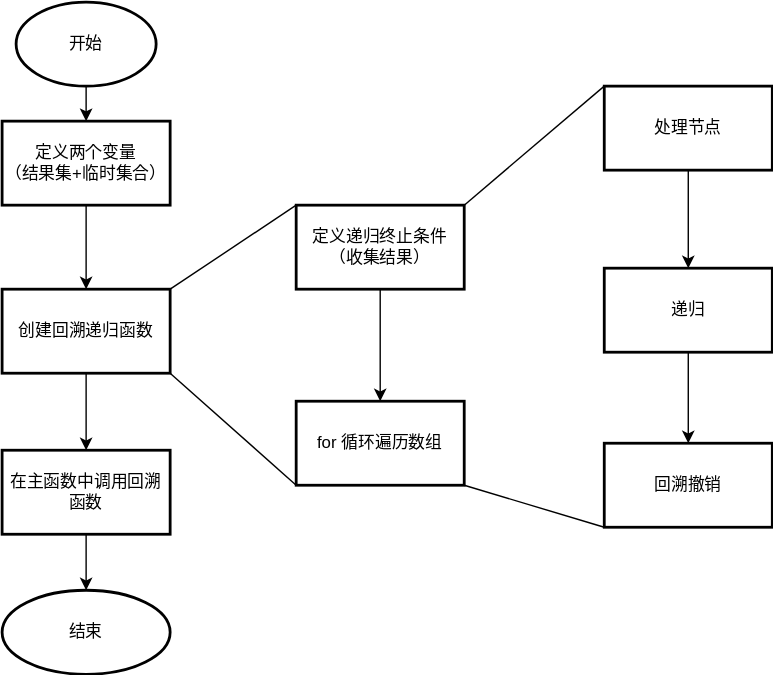
Above: drawio/回溯算法.drawio.svg in cc01cc/zeorep (draw.io), before the change. Source tidied: cells renumbered, new cells last; positions are measured from the earlier drawing's top-left corner, leaving out a move shared by most shapes. Its diagram source:
```xml
<mxGraphModel>
  <root>
    <mxCell id="0" />
    <mxCell id="1" parent="0" />
    <mxCell id="2" style="edgeStyle=orthogonalEdgeStyle;rounded=0;jettySize=auto;html=1;exitX=0.5;exitY=1;exitDx=0;exitDy=0;exitPerimeter=0;" parent="1" edge="1" source="22" target="4">
      <mxGeometry relative="1" as="geometry" />
    </mxCell>
    <mxCell id="3" style="edgeStyle=orthogonalEdgeStyle;rounded=0;jettySize=auto;html=1;" parent="1" edge="1" source="4" target="8">
      <mxGeometry relative="1" as="geometry" />
    </mxCell>
    <mxCell id="4" value="定义两个变量&lt;br&gt;（结果集+临时集合）" style="whiteSpace=wrap;html=1;strokeWidth=2;" parent="1" vertex="1">
      <mxGeometry y="85" width="120" height="60" as="geometry" />
    </mxCell>
    <mxCell id="5" style="rounded=0;jettySize=auto;html=1;exitX=1;exitY=0;exitDx=0;exitDy=0;entryX=0;entryY=0;entryDx=0;entryDy=0;endArrow=none;endFill=0;" parent="1" edge="1" source="8" target="11">
      <mxGeometry relative="1" as="geometry" />
    </mxCell>
    <mxCell id="6" style="edgeStyle=none;rounded=0;jettySize=auto;html=1;exitX=1;exitY=1;exitDx=0;exitDy=0;entryX=0;entryY=1;entryDx=0;entryDy=0;endArrow=none;endFill=0;" parent="1" edge="1" source="8" target="13">
      <mxGeometry relative="1" as="geometry" />
    </mxCell>
    <mxCell id="7" style="edgeStyle=none;rounded=0;jettySize=auto;html=1;endArrow=classic;endFill=1;" parent="1" edge="1" source="8" target="20">
      <mxGeometry relative="1" as="geometry" />
    </mxCell>
    <mxCell id="8" value="创建回溯递归函数" style="whiteSpace=wrap;html=1;strokeWidth=2;" parent="1" vertex="1">
      <mxGeometry y="205" width="120" height="60" as="geometry" />
    </mxCell>
    <mxCell id="9" style="edgeStyle=orthogonalEdgeStyle;rounded=0;jettySize=auto;html=1;" parent="1" edge="1" source="11" target="13">
      <mxGeometry relative="1" as="geometry" />
    </mxCell>
    <mxCell id="10" style="edgeStyle=none;rounded=0;jettySize=auto;html=1;exitX=1;exitY=0;exitDx=0;exitDy=0;entryX=0;entryY=0;entryDx=0;entryDy=0;endArrow=none;endFill=0;" parent="1" edge="1" source="11" target="15">
      <mxGeometry relative="1" as="geometry" />
    </mxCell>
    <mxCell id="11" value="定义递归终止条件&lt;br&gt;（收集结果）" style="whiteSpace=wrap;html=1;strokeWidth=2;" parent="1" vertex="1">
      <mxGeometry x="210" y="145" width="120" height="60" as="geometry" />
    </mxCell>
    <mxCell id="12" style="edgeStyle=none;rounded=0;jettySize=auto;html=1;exitX=1;exitY=1;exitDx=0;exitDy=0;entryX=0;entryY=1;entryDx=0;entryDy=0;endArrow=none;endFill=0;" parent="1" edge="1" source="13" target="18">
      <mxGeometry relative="1" as="geometry" />
    </mxCell>
    <mxCell id="13" value="for 循环遍历数组" style="whiteSpace=wrap;html=1;strokeWidth=2;" parent="1" vertex="1">
      <mxGeometry x="210" y="285" width="120" height="60" as="geometry" />
    </mxCell>
    <mxCell id="14" style="edgeStyle=none;rounded=0;jettySize=auto;html=1;exitX=0.5;exitY=1;exitDx=0;exitDy=0;endArrow=classic;endFill=1;" parent="1" edge="1" source="15" target="17">
      <mxGeometry relative="1" as="geometry" />
    </mxCell>
    <mxCell id="15" value="处理节点" style="whiteSpace=wrap;html=1;strokeWidth=2;" parent="1" vertex="1">
      <mxGeometry x="430" y="60" width="120" height="60" as="geometry" />
    </mxCell>
    <mxCell id="16" style="edgeStyle=none;rounded=0;jettySize=auto;html=1;endArrow=classic;endFill=1;" parent="1" edge="1" source="17" target="18">
      <mxGeometry relative="1" as="geometry" />
    </mxCell>
    <mxCell id="17" value="递归" style="whiteSpace=wrap;html=1;strokeWidth=2;" parent="1" vertex="1">
      <mxGeometry x="430" y="190" width="120" height="60" as="geometry" />
    </mxCell>
    <mxCell id="18" value="回溯撤销" style="whiteSpace=wrap;html=1;strokeWidth=2;" parent="1" vertex="1">
      <mxGeometry x="430" y="315" width="120" height="60" as="geometry" />
    </mxCell>
    <mxCell id="19" style="edgeStyle=none;rounded=0;jettySize=auto;html=1;endArrow=classic;endFill=1;" parent="1" edge="1" source="20" target="21">
      <mxGeometry relative="1" as="geometry" />
    </mxCell>
    <mxCell id="20" value="在主函数中调用回溯函数" style="whiteSpace=wrap;html=1;strokeWidth=2;" parent="1" vertex="1">
      <mxGeometry y="320" width="120" height="60" as="geometry" />
    </mxCell>
    <mxCell id="21" value="结束" style="ellipse;whiteSpace=wrap;html=1;strokeWidth=2;" parent="1" vertex="1">
      <mxGeometry y="420" width="120" height="60" as="geometry" />
    </mxCell>
    <mxCell id="22" value="开始" style="strokeWidth=2;html=1;shape=mxgraph.flowchart.start_1;whiteSpace=wrap;" parent="1" vertex="1">
      <mxGeometry x="10" width="100" height="60" as="geometry" />
    </mxCell>
  </root>
</mxGraphModel>
```
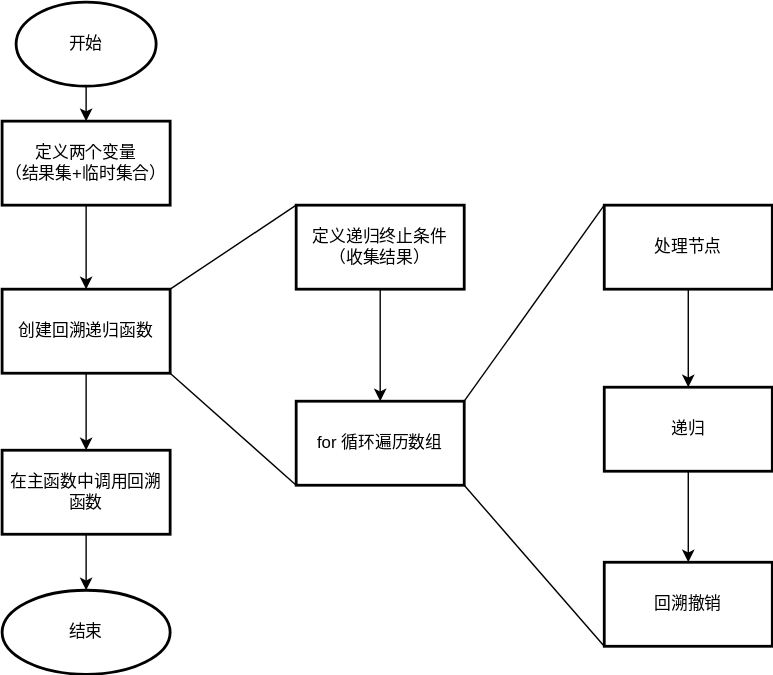
The same diagram one commit later.

Commit message:
更新回溯算法.drawio.svg

The edit, as a diff of the source:
```diff
@@ -26,7 +26,7 @@
     <mxCell id="9" style="edgeStyle=orthogonalEdgeStyle;rounded=0;jettySize=auto;html=1;" parent="1" edge="1" source="11" target="13">
       <mxGeometry relative="1" as="geometry" />
     </mxCell>
-    <mxCell id="10" style="edgeStyle=none;rounded=0;jettySize=auto;html=1;exitX=1;exitY=0;exitDx=0;exitDy=0;entryX=0;entryY=0;entryDx=0;entryDy=0;endArrow=none;endFill=0;" parent="1" edge="1" source="11" target="15">
+    <mxCell id="10" style="edgeStyle=none;rounded=0;jettySize=auto;html=1;entryX=0;entryY=0;entryDx=0;entryDy=0;endArrow=none;endFill=0;exitX=1;exitY=0;exitDx=0;exitDy=0;" parent="1" edge="1" source="13" target="15">
       <mxGeometry relative="1" as="geometry" />
     </mxCell>
     <mxCell id="11" value="定义递归终止条件&lt;br&gt;（收集结果）" style="whiteSpace=wrap;html=1;strokeWidth=2;" parent="1" vertex="1">
@@ -42,16 +42,16 @@
       <mxGeometry relative="1" as="geometry" />
     </mxCell>
     <mxCell id="15" value="处理节点" style="whiteSpace=wrap;html=1;strokeWidth=2;" parent="1" vertex="1">
-      <mxGeometry x="430" y="60" width="120" height="60" as="geometry" />
+      <mxGeometry x="430" y="145" width="120" height="60" as="geometry" />
     </mxCell>
     <mxCell id="16" style="edgeStyle=none;rounded=0;jettySize=auto;html=1;endArrow=classic;endFill=1;" parent="1" edge="1" source="17" target="18">
       <mxGeometry relative="1" as="geometry" />
     </mxCell>
     <mxCell id="17" value="递归" style="whiteSpace=wrap;html=1;strokeWidth=2;" parent="1" vertex="1">
-      <mxGeometry x="430" y="190" width="120" height="60" as="geometry" />
+      <mxGeometry x="430" y="275" width="120" height="60" as="geometry" />
     </mxCell>
     <mxCell id="18" value="回溯撤销" style="whiteSpace=wrap;html=1;strokeWidth=2;" parent="1" vertex="1">
-      <mxGeometry x="430" y="315" width="120" height="60" as="geometry" />
+      <mxGeometry x="430" y="400" width="120" height="60" as="geometry" />
     </mxCell>
     <mxCell id="19" style="edgeStyle=none;rounded=0;jettySize=auto;html=1;endArrow=classic;endFill=1;" parent="1" edge="1" source="20" target="21">
       <mxGeometry relative="1" as="geometry" />
```
